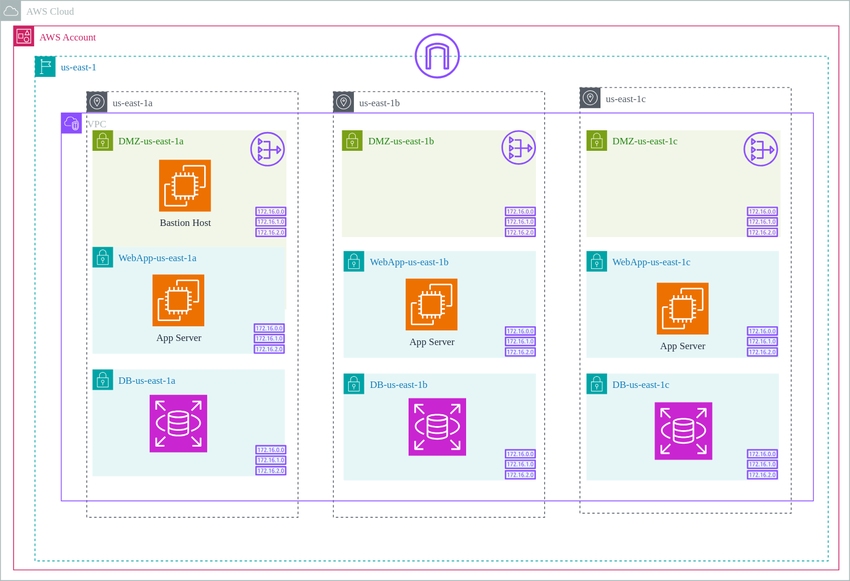
Before: docs/cyber-wizard/Three-Tier-Architecture.svg, a diagram exported from draw.io (prakashkukanoor/Three-Tier-Architecture). Source tidied: cells renumbered, new cells last; positions are measured from the earlier drawing's top-left corner, leaving out a move shared by most shapes.
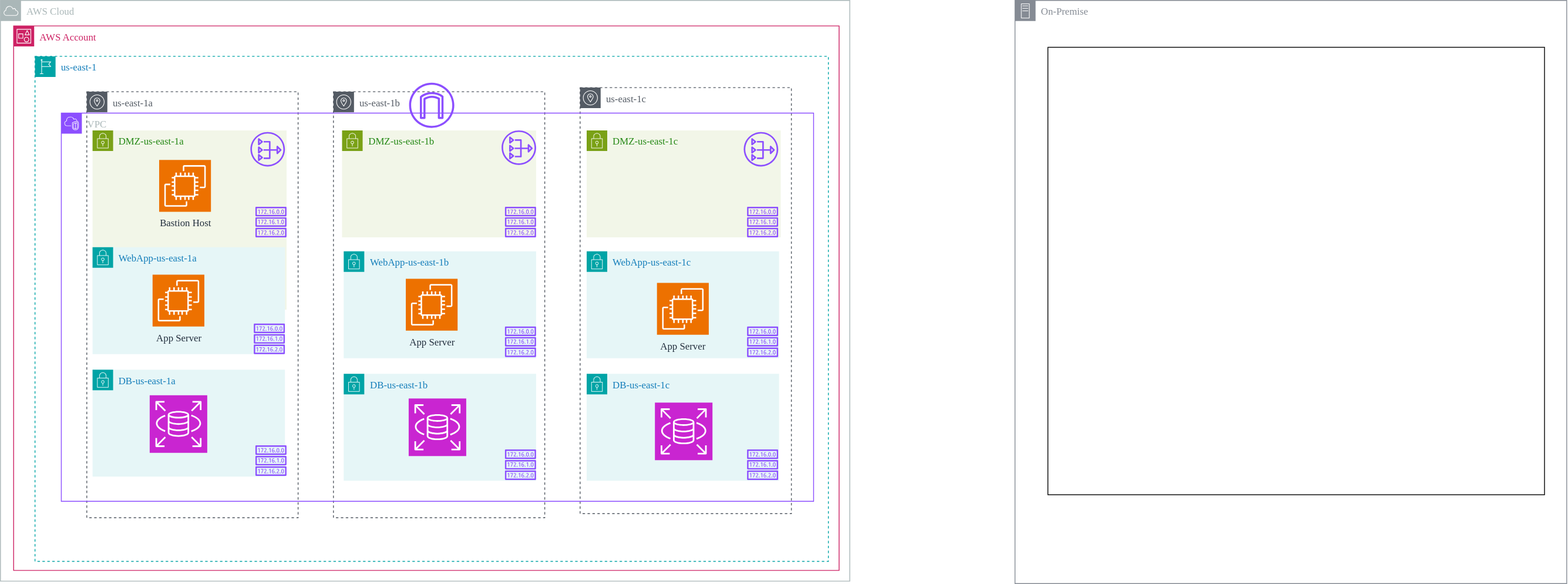
The same file after the commit.

The edit, as a diff of the source:
```diff
@@ -74,9 +74,6 @@
     <mxCell id="25" style="sketch=0;fontColor=#232F3E;fillColor=#C925D1;strokeColor=#ffffff;dashed=0;verticalLabelPosition=bottom;verticalAlign=top;align=center;html=1;fontSize=12;fontStyle=0;shape=mxgraph.aws4.resourceIcon;resIcon=mxgraph.aws4.rds;fontFamily=Architects Daughter;fontSource=https%3A%2F%2Ffonts.googleapis.com%2Fcss%3Ffamily%3DArchitects%2BDaughter;" parent="4" vertex="1">
       <mxGeometry x="139.5" y="412" width="70" height="70" as="geometry" />
     </mxCell>
-    <mxCell id="26" style="sketch=0;fontColor=#232F3E;gradientColor=none;fillColor=#8C4FFF;strokeColor=none;dashed=0;verticalLabelPosition=bottom;verticalAlign=top;align=center;html=1;fontSize=12;fontStyle=0;shape=mxgraph.aws4.internet_gateway;fontFamily=Architects Daughter;fontSource=https%3A%2F%2Ffonts.googleapis.com%2Fcss%3Ffamily%3DArchitects%2BDaughter;" parent="4" vertex="1">
-      <mxGeometry x="462" y="-28" width="55" height="55" as="geometry" />
-    </mxCell>
     <mxCell id="27" style="sketch=0;fontColor=#232F3E;gradientColor=none;fillColor=#8C4FFF;strokeColor=none;dashed=0;verticalLabelPosition=bottom;verticalAlign=top;align=center;html=1;fontSize=12;fontStyle=0;shape=mxgraph.aws4.nat_gateway;fontFamily=Architects Daughter;fontSource=https%3A%2F%2Ffonts.googleapis.com%2Fcss%3Ffamily%3DArchitects%2BDaughter;" parent="4" vertex="1">
       <mxGeometry x="862" y="92" width="42" height="42" as="geometry" />
     </mxCell>
@@ -110,5 +107,14 @@
     <mxCell id="37" style="sketch=0;fontColor=#232F3E;gradientColor=none;fillColor=#8C4FFF;strokeColor=none;dashed=0;verticalLabelPosition=bottom;verticalAlign=top;align=center;html=1;fontSize=12;fontStyle=0;shape=mxgraph.aws4.route_table;fontFamily=Architects Daughter;fontSource=https%3A%2F%2Ffonts.googleapis.com%2Fcss%3Ffamily%3DArchitects%2BDaughter;" parent="4" vertex="1">
       <mxGeometry x="571.5" y="478" width="38" height="37" as="geometry" />
     </mxCell>
+    <mxCell id="26" style="sketch=0;fontColor=#232F3E;gradientColor=none;fillColor=#8C4FFF;strokeColor=none;dashed=0;verticalLabelPosition=bottom;verticalAlign=top;align=center;html=1;fontSize=12;fontStyle=0;shape=mxgraph.aws4.internet_gateway;fontFamily=Architects Daughter;fontSource=https%3A%2F%2Ffonts.googleapis.com%2Fcss%3Ffamily%3DArchitects%2BDaughter;" parent="4" vertex="1">
+      <mxGeometry x="455" y="32" width="55" height="55" as="geometry" />
+    </mxCell>
+    <mxCell id="38" value="On-Premise" style="sketch=0;gradientColor=none;html=1;whiteSpace=wrap;fontSize=12;fontStyle=0;shape=mxgraph.aws4.group;grIcon=mxgraph.aws4.group_on_premise;strokeColor=#858B94;fillColor=none;verticalAlign=top;align=left;spacingLeft=30;fontColor=#858B94;dashed=0;fontFamily=Architects Daughter;fontSource=https%3A%2F%2Ffonts.googleapis.com%2Fcss%3Ffamily%3DArchitects%2BDaughter;" parent="1" vertex="1">
+      <mxGeometry x="1234" width="671" height="709" as="geometry" />
+    </mxCell>
+    <mxCell id="39" style="rounded=0;whiteSpace=wrap;html=1;fontFamily=Architects Daughter;fontSource=https%3A%2F%2Ffonts.googleapis.com%2Fcss%3Ffamily%3DArchitects%2BDaughter;" parent="1" vertex="1">
+      <mxGeometry x="1274" y="57" width="604" height="544" as="geometry" />
+    </mxCell>
   </root>
 </mxGraphModel>
```
